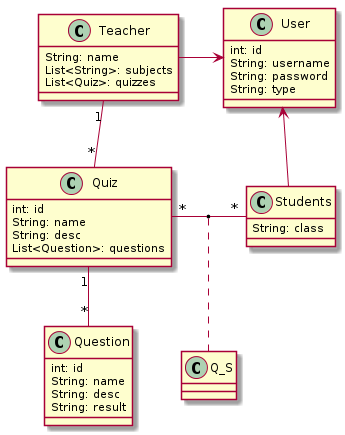
1920-3ahitm-itp/02-project-repositories-xam keeps this PlantUML diagram as docs/images/class-diagram.png. Above is the earlier version. The source it was exported from:
```plantuml
@startuml
class User{
    int: id
    String: username
    String: password
    String: type
}
class Teacher{
    String: name
    List<String>: subjects
    List<Quiz>: quizzes
}
class Students{
    String: class
}
class Quiz{
    int: id
    String: name
    String: desc
    List<Question>: questions
}
class Question{
    int: id
    String: name
    String: desc
    String: result
}
Teacher "1" -- "*" Quiz
Quiz "*" -left-- "*" Students
(Quiz, Students) .. Q_S
Quiz "1" -- "*" Question
User <-- Students
User <---right Teacher
@enduml
```
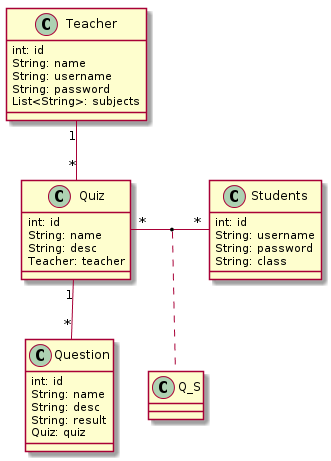
After the commit.

Diff of the diagram source:
```diff
@@ -1,34 +1,36 @@
 @startuml
-class User{
+
+class Teacher{
+    int: id
+    String: name
+    String: username
+    String: password
+    List<String>: subjects
+
+}
+class Students{
     int: id
     String: username
     String: password
-    String: type
-}
-class Teacher{
-    String: name
-    List<String>: subjects
-    List<Quiz>: quizzes
-}
-class Students{
     String: class
 }
 class Quiz{
     int: id
     String: name
     String: desc
-    List<Question>: questions
+    Teacher: teacher
+
 }
 class Question{
     int: id
     String: name
     String: desc
     String: result
+    Quiz: quiz
 }
 Teacher "1" -- "*" Quiz
 Quiz "*" -left-- "*" Students
 (Quiz, Students) .. Q_S
 Quiz "1" -- "*" Question
-User <-- Students
-User <---right Teacher
+
 @enduml
```
